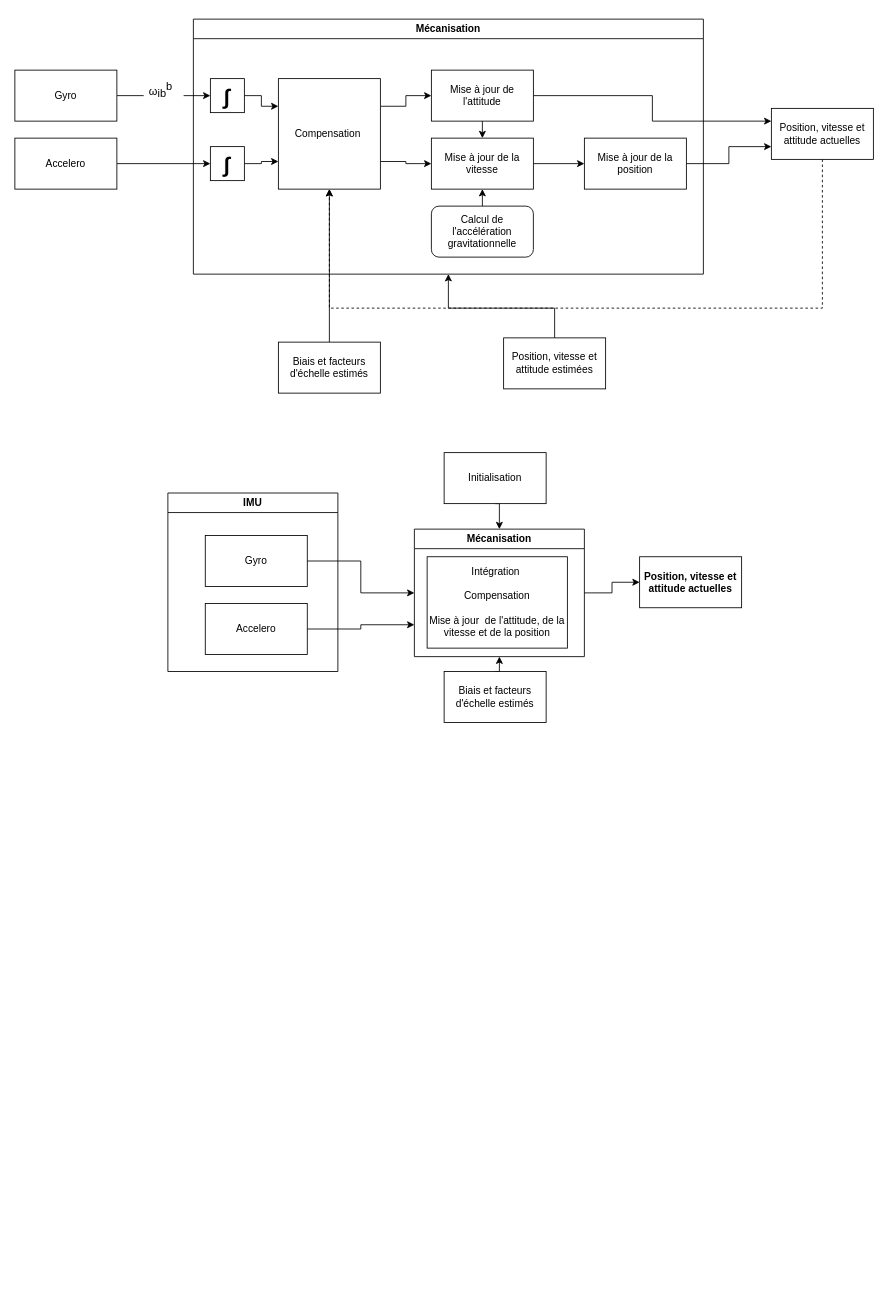
Kaloum2/KFs keeps this draw.io diagram as page "Mechanization" (4 of 5) of KFs_Geo.drawio. Above is the earlier version. Source tidied: cells renumbered, new cells numbered last; positions are measured from the earlier drawing's top-left corner, leaving out a move shared by most shapes. Both pictures are drawn from the tidied source at 85%, with x=0, y=0 at pixel (14, 19).
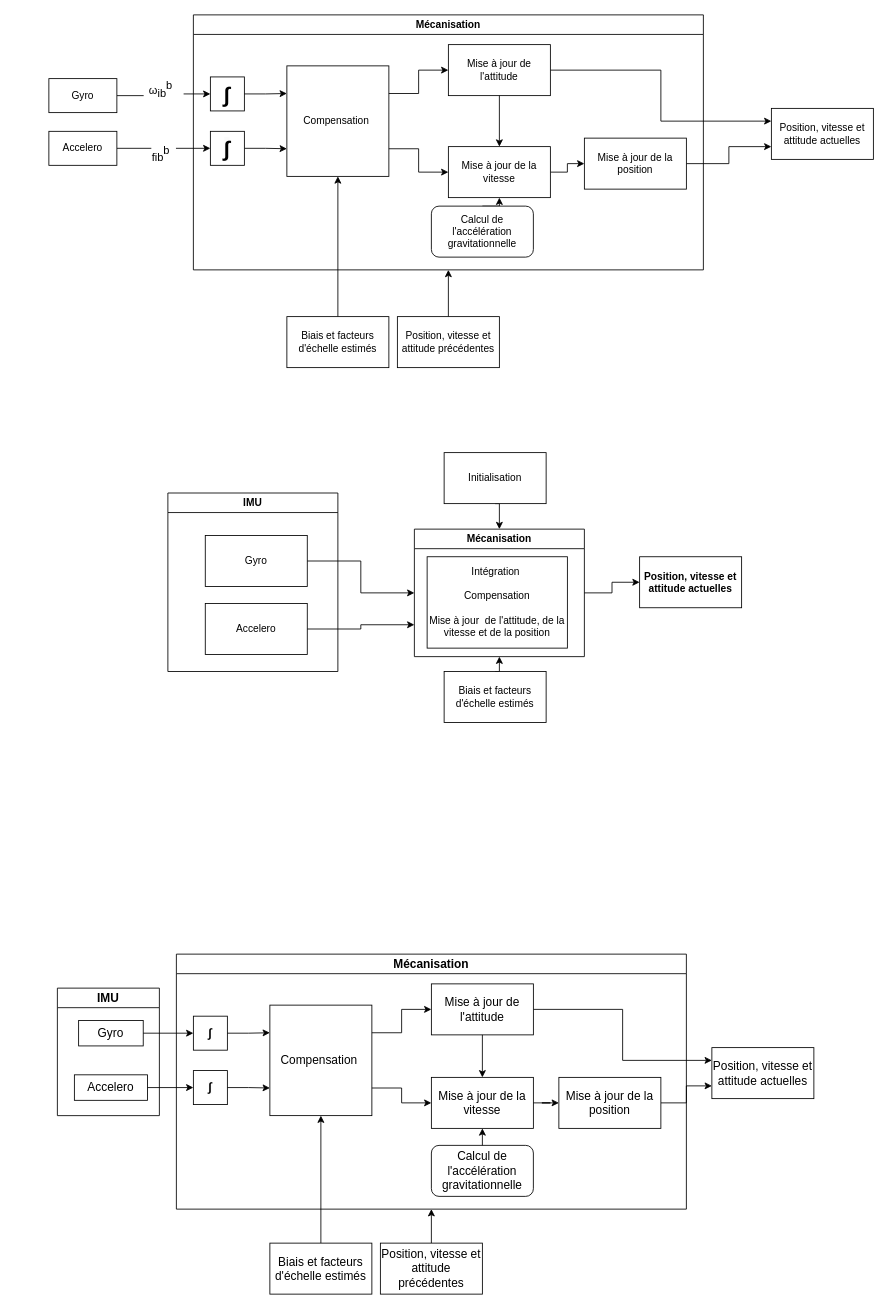
The same page after the edit.

Commit message:
Mettre à jour KFs_Geo.drawio

The change refers to these unchanged cells:
```xml
<mxCell id="28" value="Position, vitesse et attitude actuelles" style="rounded=0;whiteSpace=wrap;html=1;" parent="1" vertex="1">
  <mxGeometry x="890" y="105" width="120" height="60" as="geometry" />
</mxCell>
```

Change to the diagram source:
```diff
@@
     <mxCell id="3" value="Gyro" style="rounded=0;whiteSpace=wrap;html=1;" parent="1" vertex="1">
-      <mxGeometry y="60" width="120" height="60" as="geometry" />
+      <mxGeometry x="40" y="70" width="80" height="40" as="geometry" />
     </mxCell>
-    <mxCell id="4" style="edgeStyle=orthogonalEdgeStyle;rounded=0;jettySize=auto;html=1;exitX=1;exitY=0.5;exitDx=0;exitDy=0;entryX=0;entryY=0.5;entryDx=0;entryDy=0;" parent="1" edge="1" source="5" target="11">
+    <mxCell id="4" value="&lt;br&gt;&lt;font style=&quot;border-color: var(--border-color); color: rgb(0, 0, 0); font-family: Helvetica; font-size: 13px; font-style: normal; font-variant-ligatures: normal; font-variant-caps: normal; font-weight: 400; letter-spacing: normal; orphans: 2; text-align: center; text-indent: 0px; text-transform: none; widows: 2; word-spacing: 0px; -webkit-text-stroke-width: 0px; text-decoration-thickness: initial; text-decoration-style: initial; text-decoration-color: initial;&quot;&gt;&lt;sub style=&quot;border-color: var(--border-color); font-size: 13px;&quot;&gt;fib&lt;/sub&gt;&lt;sup style=&quot;border-color: var(--border-color); font-size: 13px;&quot;&gt;b&amp;nbsp;&amp;nbsp;&lt;/sup&gt;&lt;/font&gt;&lt;br&gt;" style="edgeStyle=orthogonalEdgeStyle;rounded=0;jettySize=auto;html=1;exitX=1;exitY=0.5;exitDx=0;exitDy=0;entryX=0;entryY=0.5;entryDx=0;entryDy=0;" parent="1" edge="1" source="5" target="11">
       <mxGeometry relative="1" as="geometry" />
     </mxCell>
     <mxCell id="5" value="Accelero" style="rounded=0;whiteSpace=wrap;html=1;" parent="1" vertex="1">
-      <mxGeometry y="140" width="120" height="60" as="geometry" />
+      <mxGeometry x="40" y="132" width="80" height="40" as="geometry" />
     </mxCell>
-    <mxCell id="6" style="edgeStyle=orthogonalEdgeStyle;rounded=0;jettySize=auto;html=1;exitX=1;exitY=0.25;exitDx=0;exitDy=0;entryX=0;entryY=0.5;entryDx=0;entryDy=0;" parent="1" edge="1" source="24" target="14">
-      <mxGeometry relative="1" as="geometry" />
-    </mxCell>
-    <mxCell id="7" style="edgeStyle=orthogonalEdgeStyle;rounded=0;jettySize=auto;html=1;exitX=1;exitY=0.5;exitDx=0;exitDy=0;entryX=0;entryY=0.25;entryDx=0;entryDy=0;" parent="1" edge="1" source="8" target="24">
-      <mxGeometry relative="1" as="geometry" />
-    </mxCell>
-    <mxCell id="8" value="∫" style="whiteSpace=wrap;html=1;fontStyle=1;fontSize=25;" parent="1" vertex="1">
-      <mxGeometry x="230" y="70" width="40" height="40" as="geometry" />
-    </mxCell>
-    <mxCell id="9" style="edgeStyle=orthogonalEdgeStyle;rounded=0;jettySize=auto;html=1;exitX=1;exitY=0.75;exitDx=0;exitDy=0;entryX=0;entryY=0.5;entryDx=0;entryDy=0;" parent="1" edge="1" source="24" target="16">
-      <mxGeometry relative="1" as="geometry" />
-    </mxCell>
@@
     <mxCell id="11" value="&lt;span style=&quot;color: rgb(0, 0, 0); font-family: Helvetica; font-size: 25px; font-style: normal; font-variant-ligatures: normal; font-variant-caps: normal; font-weight: 700; letter-spacing: normal; orphans: 2; text-align: center; text-indent: 0px; text-transform: none; widows: 2; word-spacing: 0px; -webkit-text-stroke-width: 0px; background-color: rgb(251, 251, 251); text-decoration-thickness: initial; text-decoration-style: initial; text-decoration-color: initial; float: none; display: inline !important;&quot;&gt;∫&lt;/span&gt;" style="whiteSpace=wrap;html=1;" parent="1" vertex="1">
-      <mxGeometry x="230" y="150" width="40" height="40" as="geometry" />
+      <mxGeometry x="230" y="132" width="40" height="40" as="geometry" />
     </mxCell>
-    <mxCell id="12" style="edgeStyle=orthogonalEdgeStyle;rounded=0;jettySize=auto;html=1;exitX=0.5;exitY=1;exitDx=0;exitDy=0;entryX=0.5;entryY=0;entryDx=0;entryDy=0;" parent="1" edge="1" source="14" target="16">
-      <mxGeometry relative="1" as="geometry" />
-    </mxCell>
@@
-    <mxCell id="14" value="Mise à jour de l'attitude" style="rounded=0;whiteSpace=wrap;html=1;" parent="1" vertex="1">
-      <mxGeometry x="490" y="60" width="120" height="60" as="geometry" />
-    </mxCell>
@@
-    <mxCell id="16" value="Mise à jour de la vitesse" style="rounded=0;whiteSpace=wrap;html=1;" parent="1" vertex="1">
-      <mxGeometry x="490" y="140" width="120" height="60" as="geometry" />
-    </mxCell>
@@
     <mxCell id="22" value="Biais et facteurs d'échelle estimés" style="rounded=0;whiteSpace=wrap;html=1;" parent="1" vertex="1">
-      <mxGeometry x="310" y="380" width="120" height="60" as="geometry" />
+      <mxGeometry x="320" y="350" width="120" height="60" as="geometry" />
     </mxCell>
     <mxCell id="23" value="Mécanisation" style="swimlane;whiteSpace=wrap;html=1;" parent="1" vertex="1">
-      <mxGeometry x="210" width="600" height="300" as="geometry" />
+      <mxGeometry x="210" y="-5" width="600" height="300" as="geometry" />
     </mxCell>
-    <mxCell id="24" value="Compensation&amp;nbsp;" style="rounded=0;whiteSpace=wrap;html=1;" parent="1" vertex="1">
-      <mxGeometry x="310" y="70" width="120" height="130" as="geometry" />
+    <mxCell id="24" value="Compensation&amp;nbsp;" style="rounded=0;whiteSpace=wrap;html=1;" parent="23" vertex="1">
+      <mxGeometry x="110" y="60" width="120" height="130" as="geometry" />
     </mxCell>
+    <mxCell id="8" value="∫" style="whiteSpace=wrap;html=1;fontStyle=1;fontSize=25;" parent="23" vertex="1">
+      <mxGeometry x="20" y="73" width="40" height="40" as="geometry" />
+    </mxCell>
+    <mxCell id="7" style="edgeStyle=orthogonalEdgeStyle;rounded=0;jettySize=auto;html=1;exitX=1;exitY=0.5;exitDx=0;exitDy=0;entryX=0;entryY=0.25;entryDx=0;entryDy=0;" parent="23" edge="1" source="8" target="24">
+      <mxGeometry relative="1" as="geometry" />
+    </mxCell>
+    <mxCell id="14" value="Mise à jour de l'attitude" style="rounded=0;whiteSpace=wrap;html=1;" parent="23" vertex="1">
+      <mxGeometry x="300" y="35" width="120" height="60" as="geometry" />
+    </mxCell>
+    <mxCell id="6" style="edgeStyle=orthogonalEdgeStyle;rounded=0;jettySize=auto;html=1;exitX=1;exitY=0.25;exitDx=0;exitDy=0;entryX=0;entryY=0.5;entryDx=0;entryDy=0;" parent="23" edge="1" source="24" target="14">
+      <mxGeometry relative="1" as="geometry" />
+    </mxCell>
+    <mxCell id="16" value="Mise à jour de la vitesse" style="rounded=0;whiteSpace=wrap;html=1;" parent="23" vertex="1">
+      <mxGeometry x="300" y="155" width="120" height="60" as="geometry" />
+    </mxCell>
+    <mxCell id="12" style="edgeStyle=orthogonalEdgeStyle;rounded=0;jettySize=auto;html=1;exitX=0.5;exitY=1;exitDx=0;exitDy=0;entryX=0.5;entryY=0;entryDx=0;entryDy=0;" parent="23" edge="1" source="14" target="16">
+      <mxGeometry relative="1" as="geometry" />
+    </mxCell>
+    <mxCell id="9" style="edgeStyle=orthogonalEdgeStyle;rounded=0;jettySize=auto;html=1;exitX=1;exitY=0.75;exitDx=0;exitDy=0;entryX=0;entryY=0.5;entryDx=0;entryDy=0;" parent="23" edge="1" source="24" target="16">
+      <mxGeometry relative="1" as="geometry" />
+    </mxCell>
     <mxCell id="25" style="edgeStyle=orthogonalEdgeStyle;rounded=0;jettySize=auto;html=1;exitX=0.5;exitY=0;exitDx=0;exitDy=0;entryX=0.5;entryY=1;entryDx=0;entryDy=0;" parent="1" edge="1" source="26" target="23">
-      <mxGeometry relative="1" as="geometry">
-        <Array as="points">
-          <mxPoint x="635" y="340" />
-          <mxPoint x="510" y="340" />
-        </Array>
-      </mxGeometry>
+      <mxGeometry relative="1" as="geometry" />
     </mxCell>
-    <mxCell id="26" value="Position, vitesse et attitude estimées" style="rounded=0;whiteSpace=wrap;html=1;" parent="1" vertex="1">
-      <mxGeometry x="575" y="375" width="120" height="60" as="geometry" />
+    <mxCell id="26" value="Position, vitesse et attitude précédentes" style="rounded=0;whiteSpace=wrap;html=1;" parent="1" vertex="1">
+      <mxGeometry x="450" y="350" width="120" height="60" as="geometry" />
     </mxCell>
-    <mxCell id="27" style="edgeStyle=orthogonalEdgeStyle;rounded=0;jettySize=auto;html=1;exitX=0.5;exitY=1;exitDx=0;exitDy=0;entryX=0.5;entryY=1;entryDx=0;entryDy=0;dashed=1;" parent="1" edge="1" source="28" target="24">
-      <mxGeometry relative="1" as="geometry">
-        <Array as="points">
-          <mxPoint x="950" y="340" />
-          <mxPoint x="370" y="340" />
-        </Array>
-      </mxGeometry>
-    </mxCell>
@@
+    <mxCell id="42" style="edgeStyle=orthogonalEdgeStyle;rounded=0;jettySize=auto;html=1;exitX=1;exitY=0.5;exitDx=0;exitDy=0;entryX=0;entryY=0.25;entryDx=0;entryDy=0;fontSize=14;" parent="1" edge="1" source="50" target="63">
+      <mxGeometry relative="1" as="geometry" />
+    </mxCell>
+    <mxCell id="43" style="edgeStyle=orthogonalEdgeStyle;rounded=0;jettySize=auto;html=1;exitX=1;exitY=0.5;exitDx=0;exitDy=0;entryX=0;entryY=0.75;entryDx=0;entryDy=0;fontSize=14;" parent="1" edge="1" source="59" target="63">
+      <mxGeometry relative="1" as="geometry" />
+    </mxCell>
+    <mxCell id="44" style="edgeStyle=orthogonalEdgeStyle;rounded=0;jettySize=auto;html=1;exitX=0.5;exitY=0;exitDx=0;exitDy=0;entryX=0.5;entryY=1;entryDx=0;entryDy=0;fontSize=14;" parent="1" edge="1" source="45" target="47">
+      <mxGeometry relative="1" as="geometry" />
+    </mxCell>
+    <mxCell id="45" value="Biais et facteurs d'échelle estimés" style="rounded=0;whiteSpace=wrap;html=1;fontSize=14;" parent="1" vertex="1">
+      <mxGeometry x="300" y="1440" width="120" height="60" as="geometry" />
+    </mxCell>
+    <mxCell id="46" value="Mécanisation" style="swimlane;whiteSpace=wrap;html=1;fontSize=14;" parent="1" vertex="1">
+      <mxGeometry x="190" y="1100" width="600" height="300" as="geometry" />
+    </mxCell>
+    <mxCell id="47" value="Compensation&amp;nbsp;" style="rounded=0;whiteSpace=wrap;html=1;fontSize=14;" parent="46" vertex="1">
+      <mxGeometry x="110" y="60" width="120" height="130" as="geometry" />
+    </mxCell>
+    <mxCell id="48" value="∫" style="whiteSpace=wrap;html=1;fontStyle=1;fontSize=14;" parent="46" vertex="1">
+      <mxGeometry x="20" y="73" width="40" height="40" as="geometry" />
+    </mxCell>
+    <mxCell id="49" style="edgeStyle=orthogonalEdgeStyle;rounded=0;jettySize=auto;html=1;exitX=1;exitY=0.5;exitDx=0;exitDy=0;entryX=0;entryY=0.25;entryDx=0;entryDy=0;fontSize=14;" parent="46" edge="1" source="48" target="47">
+      <mxGeometry relative="1" as="geometry" />
+    </mxCell>
+    <mxCell id="50" value="Mise à jour de l'attitude" style="rounded=0;whiteSpace=wrap;html=1;fontSize=14;" parent="46" vertex="1">
+      <mxGeometry x="300" y="35" width="120" height="60" as="geometry" />
+    </mxCell>
+    <mxCell id="51" style="edgeStyle=orthogonalEdgeStyle;rounded=0;jettySize=auto;html=1;exitX=1;exitY=0.25;exitDx=0;exitDy=0;entryX=0;entryY=0.5;entryDx=0;entryDy=0;fontSize=14;" parent="46" edge="1" source="47" target="50">
+      <mxGeometry relative="1" as="geometry" />
+    </mxCell>
+    <mxCell id="52" value="Mise à jour de la vitesse" style="rounded=0;whiteSpace=wrap;html=1;fontSize=14;" parent="46" vertex="1">
+      <mxGeometry x="300" y="145" width="120" height="60" as="geometry" />
+    </mxCell>
+    <mxCell id="53" style="edgeStyle=orthogonalEdgeStyle;rounded=0;jettySize=auto;html=1;exitX=0.5;exitY=1;exitDx=0;exitDy=0;entryX=0.5;entryY=0;entryDx=0;entryDy=0;fontSize=14;" parent="46" edge="1" source="50" target="52">
+      <mxGeometry relative="1" as="geometry" />
+    </mxCell>
+    <mxCell id="54" style="edgeStyle=orthogonalEdgeStyle;rounded=0;jettySize=auto;html=1;exitX=1;exitY=0.75;exitDx=0;exitDy=0;entryX=0;entryY=0.5;entryDx=0;entryDy=0;fontSize=14;" parent="46" edge="1" source="47" target="52">
+      <mxGeometry relative="1" as="geometry" />
+    </mxCell>
+    <mxCell id="55" value="Calcul de l'accélération gravitationnelle" style="rounded=1;whiteSpace=wrap;html=1;fontSize=14;" parent="46" vertex="1">
+      <mxGeometry x="300" y="225" width="120" height="60" as="geometry" />
+    </mxCell>
+    <mxCell id="56" style="edgeStyle=orthogonalEdgeStyle;rounded=0;jettySize=auto;html=1;exitX=0.5;exitY=0;exitDx=0;exitDy=0;entryX=0.5;entryY=1;entryDx=0;entryDy=0;fontSize=14;" parent="46" edge="1" source="55" target="52">
+      <mxGeometry relative="1" as="geometry" />
+    </mxCell>
+    <mxCell id="57" value="&lt;span style=&quot;color: rgb(0, 0, 0); font-family: Helvetica; font-size: 14px; font-style: normal; font-variant-ligatures: normal; font-variant-caps: normal; font-weight: 700; letter-spacing: normal; orphans: 2; text-align: center; text-indent: 0px; text-transform: none; widows: 2; word-spacing: 0px; -webkit-text-stroke-width: 0px; background-color: rgb(251, 251, 251); text-decoration-thickness: initial; text-decoration-style: initial; text-decoration-color: initial; float: none; display: inline !important;&quot;&gt;∫&lt;/span&gt;" style="whiteSpace=wrap;html=1;fontSize=14;" parent="46" vertex="1">
+      <mxGeometry x="20" y="137" width="40" height="40" as="geometry" />
+    </mxCell>
+    <mxCell id="58" style="edgeStyle=orthogonalEdgeStyle;rounded=0;jettySize=auto;html=1;exitX=1;exitY=0.5;exitDx=0;exitDy=0;entryX=0;entryY=0.75;entryDx=0;entryDy=0;fontSize=14;" parent="46" edge="1" source="57" target="47">
+      <mxGeometry relative="1" as="geometry" />
+    </mxCell>
+    <mxCell id="59" value="Mise à jour de la position" style="rounded=0;whiteSpace=wrap;html=1;fontSize=14;" parent="46" vertex="1">
+      <mxGeometry x="450" y="145" width="120" height="60" as="geometry" />
+    </mxCell>
+    <mxCell id="60" style="edgeStyle=orthogonalEdgeStyle;rounded=0;jettySize=auto;html=1;exitX=1;exitY=0.5;exitDx=0;exitDy=0;fontSize=14;" parent="46" edge="1" source="52" target="59">
+      <mxGeometry relative="1" as="geometry" />
+    </mxCell>
+    <mxCell id="61" style="edgeStyle=orthogonalEdgeStyle;rounded=0;jettySize=auto;html=1;exitX=0.5;exitY=0;exitDx=0;exitDy=0;entryX=0.5;entryY=1;entryDx=0;entryDy=0;fontSize=14;" parent="1" edge="1" source="62" target="46">
+      <mxGeometry relative="1" as="geometry" />
+    </mxCell>
+    <mxCell id="62" value="Position, vitesse et attitude précédentes" style="rounded=0;whiteSpace=wrap;html=1;fontSize=14;" parent="1" vertex="1">
+      <mxGeometry x="430" y="1440" width="120" height="60" as="geometry" />
+    </mxCell>
+    <mxCell id="63" value="Position, vitesse et attitude actuelles" style="rounded=0;whiteSpace=wrap;html=1;fontSize=14;" parent="1" vertex="1">
+      <mxGeometry x="820" y="1210" width="120" height="60" as="geometry" />
+    </mxCell>
+    <mxCell id="64" value="IMU" style="swimlane;whiteSpace=wrap;html=1;fontSize=14;" parent="1" vertex="1">
+      <mxGeometry x="50" y="1140" width="120" height="150" as="geometry" />
+    </mxCell>
+    <mxCell id="65" value="Gyro" style="rounded=0;whiteSpace=wrap;html=1;fontSize=14;" parent="64" vertex="1">
+      <mxGeometry x="25" y="38" width="76" height="30" as="geometry" />
+    </mxCell>
+    <mxCell id="66" value="Accelero" style="rounded=0;whiteSpace=wrap;html=1;fontSize=14;" parent="64" vertex="1">
+      <mxGeometry x="20" y="102" width="86" height="30" as="geometry" />
+    </mxCell>
+    <mxCell id="67" style="edgeStyle=orthogonalEdgeStyle;rounded=0;jettySize=auto;html=1;exitX=1;exitY=0.5;exitDx=0;exitDy=0;entryX=0;entryY=0.5;entryDx=0;entryDy=0;fontSize=14;" parent="1" edge="1" source="65" target="48">
+      <mxGeometry relative="1" as="geometry" />
+    </mxCell>
+    <mxCell id="68" style="edgeStyle=orthogonalEdgeStyle;rounded=0;jettySize=auto;html=1;exitX=1;exitY=0.5;exitDx=0;exitDy=0;entryX=0;entryY=0.5;entryDx=0;entryDy=0;fontSize=14;" parent="1" edge="1" source="66" target="57">
+      <mxGeometry relative="1" as="geometry" />
+    </mxCell>
```
